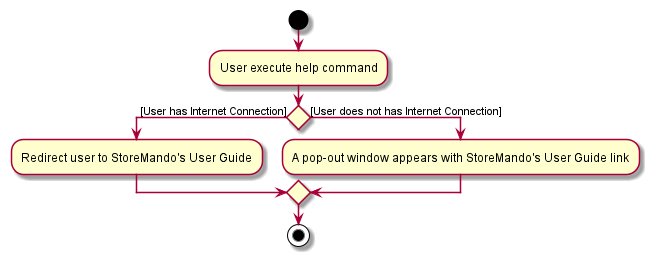
Above: docs/images/HelpActivityDiagram.png in nus-cs2103-AY2021S2/tp (PlantUML), before the change.
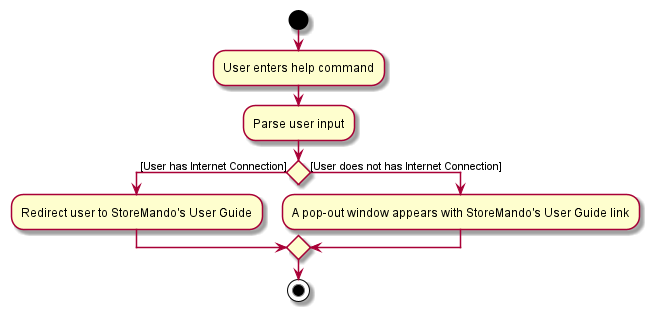
Above is the later version.

Commit message:
Update help and edit activity diagram.

Diff of the diagram source:
```diff
@@ -1,7 +1,8 @@
 @startuml
 
 start
-:User execute help command;
+:User enters help command;
+:Parse user input;
 if () then ([User has Internet Connection])
     :Redirect user to StoreMando's User Guide;
 else ([User does not has Internet Connection])
```
